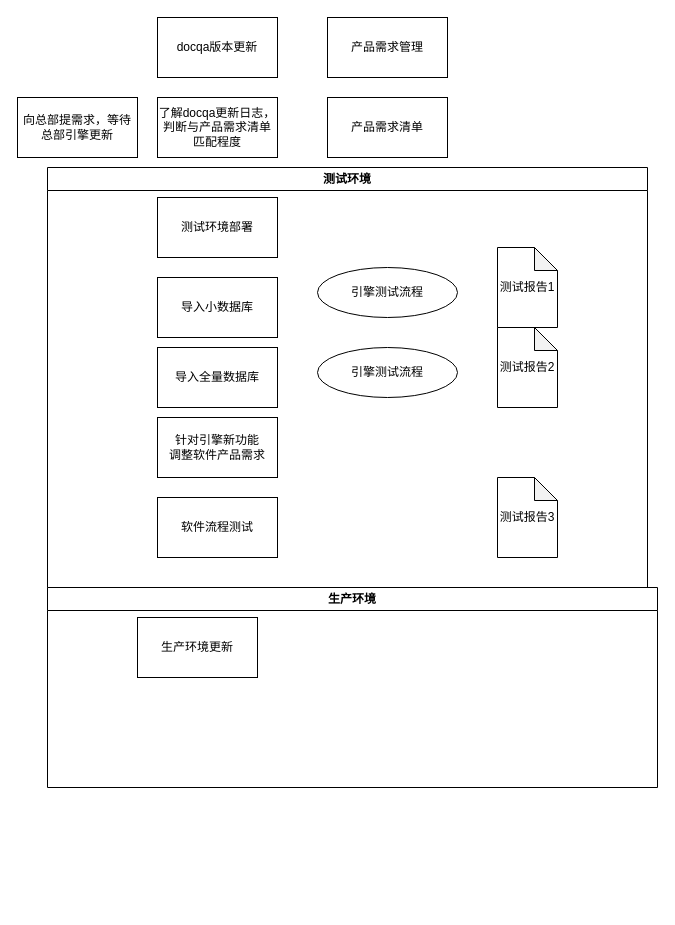
Earlier version of the draw.io diagram ruanjian.drawio (yzy1421/Amateur-women-basketball-in-China). Source tidied: cells renumbered, new cells numbered last; positions are measured from the earlier drawing's top-left corner, leaving out a move shared by most shapes. Both pictures are drawn from the tidied source at 100%, with x=0, y=0 at pixel (17, 17).
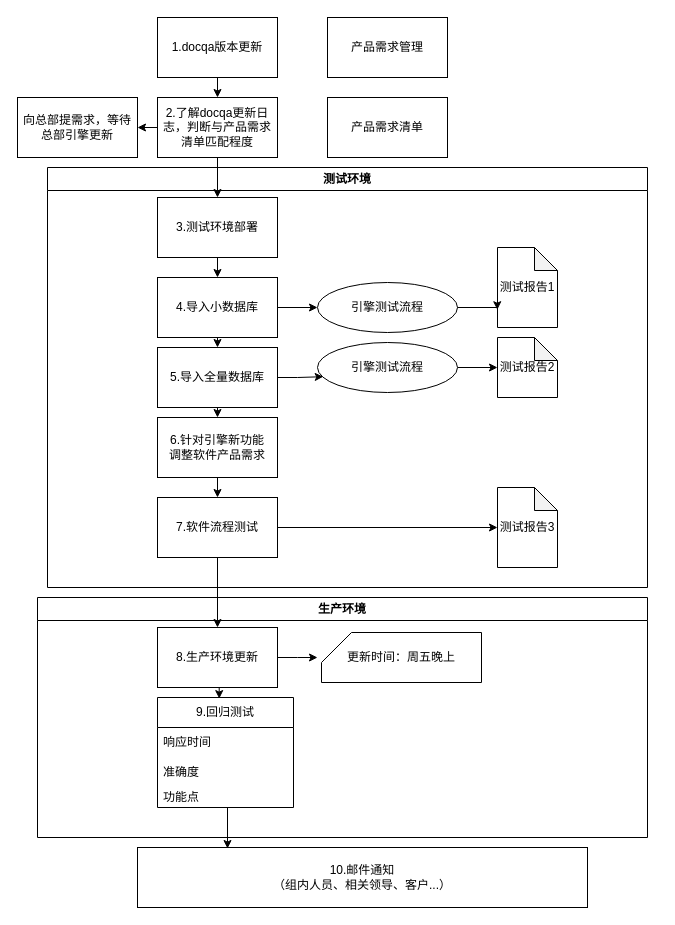
The same page after the edit.

The change refers to these unchanged cells:
```xml
<mxCell id="6" value="向总部提需求，等待总部引擎更新" style="rounded=0;whiteSpace=wrap;html=1;" parent="1" vertex="1">
  <mxGeometry y="80" width="120" height="60" as="geometry" />
</mxCell>
<mxCell id="7" value="测试环境" style="swimlane;whiteSpace=wrap;html=1;" parent="1" vertex="1">
  <mxGeometry x="30" y="150" width="600" height="420" as="geometry" />
</mxCell>
<mxCell id="17" value="测试报告1" style="shape=note;whiteSpace=wrap;html=1;backgroundOutline=1;darkOpacity=0.05;size=23;" parent="7" vertex="1">
  <mxGeometry x="450" y="80" width="60" height="80" as="geometry" />
</mxCell>
```

Change to the diagram source:
```diff
@@
+    <mxCell id="20" style="edgeStyle=orthogonalEdgeStyle;rounded=0;jettySize=auto;html=1;exitX=0.5;exitY=1;exitDx=0;exitDy=0;entryX=0.5;entryY=0;entryDx=0;entryDy=0;" parent="1" edge="1" source="4" target="5">
+      <mxGeometry relative="1" as="geometry" />
+    </mxCell>
-    <mxCell id="4" value="docqa版本更新" style="rounded=0;whiteSpace=wrap;html=1;" parent="1" vertex="1">
+    <mxCell id="4" value="1.docqa版本更新" style="rounded=0;whiteSpace=wrap;html=1;" parent="1" vertex="1">
       <mxGeometry x="140" width="120" height="60" as="geometry" />
     </mxCell>
+    <mxCell id="21" style="edgeStyle=orthogonalEdgeStyle;rounded=0;jettySize=auto;html=1;exitX=0;exitY=0.5;exitDx=0;exitDy=0;entryX=1;entryY=0.5;entryDx=0;entryDy=0;" parent="1" edge="1" source="5" target="6">
+      <mxGeometry relative="1" as="geometry" />
+    </mxCell>
-    <mxCell id="5" value="了解docqa更新日志，判断与产品需求清单匹配程度" style="rounded=0;whiteSpace=wrap;html=1;" parent="1" vertex="1">
+    <mxCell id="5" value="2.了解docqa更新日志，判断与产品需求清单匹配程度" style="rounded=0;whiteSpace=wrap;html=1;" parent="1" vertex="1">
       <mxGeometry x="140" y="80" width="120" height="60" as="geometry" />
     </mxCell>
@@
+    <mxCell id="22" style="edgeStyle=orthogonalEdgeStyle;rounded=0;jettySize=auto;html=1;exitX=0.5;exitY=1;exitDx=0;exitDy=0;entryX=0.5;entryY=0;entryDx=0;entryDy=0;" parent="7" edge="1" source="8" target="16">
+      <mxGeometry relative="1" as="geometry" />
+    </mxCell>
-    <mxCell id="8" value="测试环境部署" style="rounded=0;whiteSpace=wrap;html=1;" parent="7" vertex="1">
+    <mxCell id="8" value="3.测试环境部署" style="rounded=0;whiteSpace=wrap;html=1;" parent="7" vertex="1">
       <mxGeometry x="110" y="30" width="120" height="60" as="geometry" />
     </mxCell>
     <mxCell id="9" value="引擎测试流程" style="ellipse;whiteSpace=wrap;html=1;" parent="7" vertex="1">
-      <mxGeometry x="270" y="100" width="140" height="50" as="geometry" />
+      <mxGeometry x="270" y="115" width="140" height="50" as="geometry" />
     </mxCell>
+    <mxCell id="23" style="edgeStyle=orthogonalEdgeStyle;rounded=0;jettySize=auto;html=1;exitX=0.5;exitY=1;exitDx=0;exitDy=0;entryX=0.5;entryY=0;entryDx=0;entryDy=0;" parent="7" edge="1" source="10" target="13">
+      <mxGeometry relative="1" as="geometry" />
+    </mxCell>
-    <mxCell id="10" value="导入全量数据库" style="rounded=0;whiteSpace=wrap;html=1;" parent="7" vertex="1">
+    <mxCell id="10" value="5.导入全量数据库" style="rounded=0;whiteSpace=wrap;html=1;" parent="7" vertex="1">
       <mxGeometry x="110" y="180" width="120" height="60" as="geometry" />
     </mxCell>
+    <mxCell id="24" style="edgeStyle=orthogonalEdgeStyle;rounded=0;jettySize=auto;html=1;exitX=1;exitY=0.5;exitDx=0;exitDy=0;" parent="7" edge="1" source="11" target="12">
+      <mxGeometry relative="1" as="geometry" />
+    </mxCell>
     <mxCell id="11" value="引擎测试流程" style="ellipse;whiteSpace=wrap;html=1;" parent="7" vertex="1">
-      <mxGeometry x="270" y="180" width="140" height="50" as="geometry" />
+      <mxGeometry x="270" y="175" width="140" height="50" as="geometry" />
     </mxCell>
     <mxCell id="12" value="测试报告2" style="shape=note;whiteSpace=wrap;html=1;backgroundOutline=1;darkOpacity=0.05;size=23;" parent="7" vertex="1">
-      <mxGeometry x="450" y="160" width="60" height="80" as="geometry" />
+      <mxGeometry x="450" y="170" width="60" height="60" as="geometry" />
     </mxCell>
+    <mxCell id="25" style="edgeStyle=orthogonalEdgeStyle;rounded=0;jettySize=auto;html=1;exitX=0.5;exitY=1;exitDx=0;exitDy=0;entryX=0.5;entryY=0;entryDx=0;entryDy=0;" parent="7" edge="1" source="13" target="14">
+      <mxGeometry relative="1" as="geometry" />
+    </mxCell>
-    <mxCell id="13" value="针对引擎新功能&lt;br&gt;调整软件产品需求" style="rounded=0;whiteSpace=wrap;html=1;" parent="7" vertex="1">
+    <mxCell id="13" value="6.针对引擎新功能&lt;br&gt;调整软件产品需求" style="rounded=0;whiteSpace=wrap;html=1;" parent="7" vertex="1">
       <mxGeometry x="110" y="250" width="120" height="60" as="geometry" />
     </mxCell>
+    <mxCell id="26" style="edgeStyle=orthogonalEdgeStyle;rounded=0;jettySize=auto;html=1;exitX=1;exitY=0.5;exitDx=0;exitDy=0;" parent="7" edge="1" source="14" target="15">
+      <mxGeometry relative="1" as="geometry" />
+    </mxCell>
-    <mxCell id="14" value="软件流程测试" style="rounded=0;whiteSpace=wrap;html=1;" parent="7" vertex="1">
+    <mxCell id="14" value="7.软件流程测试" style="rounded=0;whiteSpace=wrap;html=1;" parent="7" vertex="1">
       <mxGeometry x="110" y="330" width="120" height="60" as="geometry" />
     </mxCell>
     <mxCell id="15" value="测试报告3" style="shape=note;whiteSpace=wrap;html=1;backgroundOutline=1;darkOpacity=0.05;size=23;" parent="7" vertex="1">
-      <mxGeometry x="450" y="310" width="60" height="80" as="geometry" />
+      <mxGeometry x="450" y="320" width="60" height="80" as="geometry" />
     </mxCell>
+    <mxCell id="27" style="edgeStyle=orthogonalEdgeStyle;rounded=0;jettySize=auto;html=1;exitX=0.5;exitY=1;exitDx=0;exitDy=0;entryX=0.5;entryY=0;entryDx=0;entryDy=0;" parent="7" edge="1" source="16" target="10">
+      <mxGeometry relative="1" as="geometry" />
+    </mxCell>
+    <mxCell id="28" style="edgeStyle=orthogonalEdgeStyle;rounded=0;jettySize=auto;html=1;exitX=1;exitY=0.5;exitDx=0;exitDy=0;entryX=0;entryY=0.5;entryDx=0;entryDy=0;" parent="7" edge="1" source="16" target="9">
+      <mxGeometry relative="1" as="geometry" />
+    </mxCell>
-    <mxCell id="16" value="导入小数据库" style="rounded=0;whiteSpace=wrap;html=1;" parent="7" vertex="1">
+    <mxCell id="16" value="4.导入小数据库" style="rounded=0;whiteSpace=wrap;html=1;" parent="7" vertex="1">
       <mxGeometry x="110" y="110" width="120" height="60" as="geometry" />
     </mxCell>
@@
+    <mxCell id="29" style="edgeStyle=orthogonalEdgeStyle;rounded=0;jettySize=auto;html=1;exitX=1;exitY=0.5;exitDx=0;exitDy=0;entryX=-0.003;entryY=0.778;entryDx=0;entryDy=0;entryPerimeter=0;" parent="7" edge="1" source="9" target="17">
+      <mxGeometry relative="1" as="geometry" />
+    </mxCell>
+    <mxCell id="30" style="edgeStyle=orthogonalEdgeStyle;rounded=0;jettySize=auto;html=1;exitX=1;exitY=0.5;exitDx=0;exitDy=0;entryX=0.041;entryY=0.684;entryDx=0;entryDy=0;entryPerimeter=0;" parent="7" edge="1" source="10" target="11">
+      <mxGeometry relative="1" as="geometry" />
+    </mxCell>
     <mxCell id="18" value="生产环境" style="swimlane;whiteSpace=wrap;html=1;" parent="1" vertex="1">
-      <mxGeometry x="30" y="570" width="610" height="200" as="geometry" />
+      <mxGeometry x="20" y="580" width="610" height="240" as="geometry" />
     </mxCell>
+    <mxCell id="31" style="edgeStyle=orthogonalEdgeStyle;rounded=0;jettySize=auto;html=1;exitX=1;exitY=0.5;exitDx=0;exitDy=0;" parent="18" edge="1" source="19">
+      <mxGeometry relative="1" as="geometry">
+        <mxPoint x="280" y="60" as="targetPoint" />
+      </mxGeometry>
+    </mxCell>
-    <mxCell id="19" value="生产环境更新" style="rounded=0;whiteSpace=wrap;html=1;" parent="18" vertex="1">
-      <mxGeometry x="90" y="30" width="120" height="60" as="geometry" />
+    <mxCell id="19" value="8.生产环境更新" style="rounded=0;whiteSpace=wrap;html=1;" parent="18" vertex="1">
+      <mxGeometry x="120" y="30" width="120" height="60" as="geometry" />
     </mxCell>
+    <mxCell id="32" value="更新时间：周五晚上" style="shape=card;whiteSpace=wrap;html=1;" parent="18" vertex="1">
+      <mxGeometry x="284" y="35" width="160" height="50" as="geometry" />
+    </mxCell>
+    <mxCell id="33" value="9.回归测试" style="swimlane;fontStyle=0;horizontal=1;startSize=30;whiteSpace=wrap;html=1;" parent="18" vertex="1">
+      <mxGeometry x="120" y="100" width="136" height="110" as="geometry" />
+    </mxCell>
+    <mxCell id="34" value="响应时间" style="text;strokeColor=none;fillColor=none;align=left;verticalAlign=middle;spacingLeft=4;spacingRight=4;overflow=hidden;whiteSpace=wrap;html=1;" parent="33" vertex="1">
+      <mxGeometry y="30" width="136" height="30" as="geometry" />
+    </mxCell>
+    <mxCell id="35" value="准确度" style="text;strokeColor=none;fillColor=none;align=left;verticalAlign=middle;spacingLeft=4;spacingRight=4;overflow=hidden;whiteSpace=wrap;html=1;" parent="33" vertex="1">
+      <mxGeometry y="60" width="136" height="30" as="geometry" />
+    </mxCell>
+    <mxCell id="36" style="endArrow=classic;html=1;rounded=0;entryX=0.2;entryY=0.017;entryDx=0;entryDy=0;entryPerimeter=0;" parent="33" edge="1" target="39">
+      <mxGeometry relative="1" as="geometry">
+        <mxPoint x="70" y="110" as="sourcePoint" />
+      </mxGeometry>
+    </mxCell>
+    <mxCell id="37" value="功能点" style="text;strokeColor=none;fillColor=none;align=left;verticalAlign=middle;spacingLeft=4;spacingRight=4;overflow=hidden;whiteSpace=wrap;html=1;" parent="33" vertex="1">
+      <mxGeometry y="90" width="136" height="20" as="geometry" />
+    </mxCell>
+    <mxCell id="38" style="edgeStyle=orthogonalEdgeStyle;rounded=0;jettySize=auto;html=1;exitX=0.5;exitY=1;exitDx=0;exitDy=0;entryX=0.454;entryY=0.01;entryDx=0;entryDy=0;entryPerimeter=0;" parent="18" edge="1" source="19" target="33">
+      <mxGeometry relative="1" as="geometry" />
+    </mxCell>
+    <mxCell id="39" value="10.邮件通知&lt;br&gt;（组内人员、相关领导、客户...）" style="rounded=0;whiteSpace=wrap;html=1;" parent="1" vertex="1">
+      <mxGeometry x="120" y="830" width="450" height="60" as="geometry" />
+    </mxCell>
+    <mxCell id="40" style="edgeStyle=orthogonalEdgeStyle;rounded=0;jettySize=auto;html=1;exitX=0.5;exitY=1;exitDx=0;exitDy=0;" parent="1" edge="1" source="14" target="19">
+      <mxGeometry relative="1" as="geometry" />
+    </mxCell>
+    <mxCell id="41" style="edgeStyle=orthogonalEdgeStyle;rounded=0;jettySize=auto;html=1;exitX=0.5;exitY=1;exitDx=0;exitDy=0;" parent="1" edge="1" source="5" target="8">
+      <mxGeometry relative="1" as="geometry" />
+    </mxCell>
```
